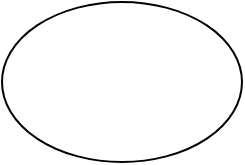
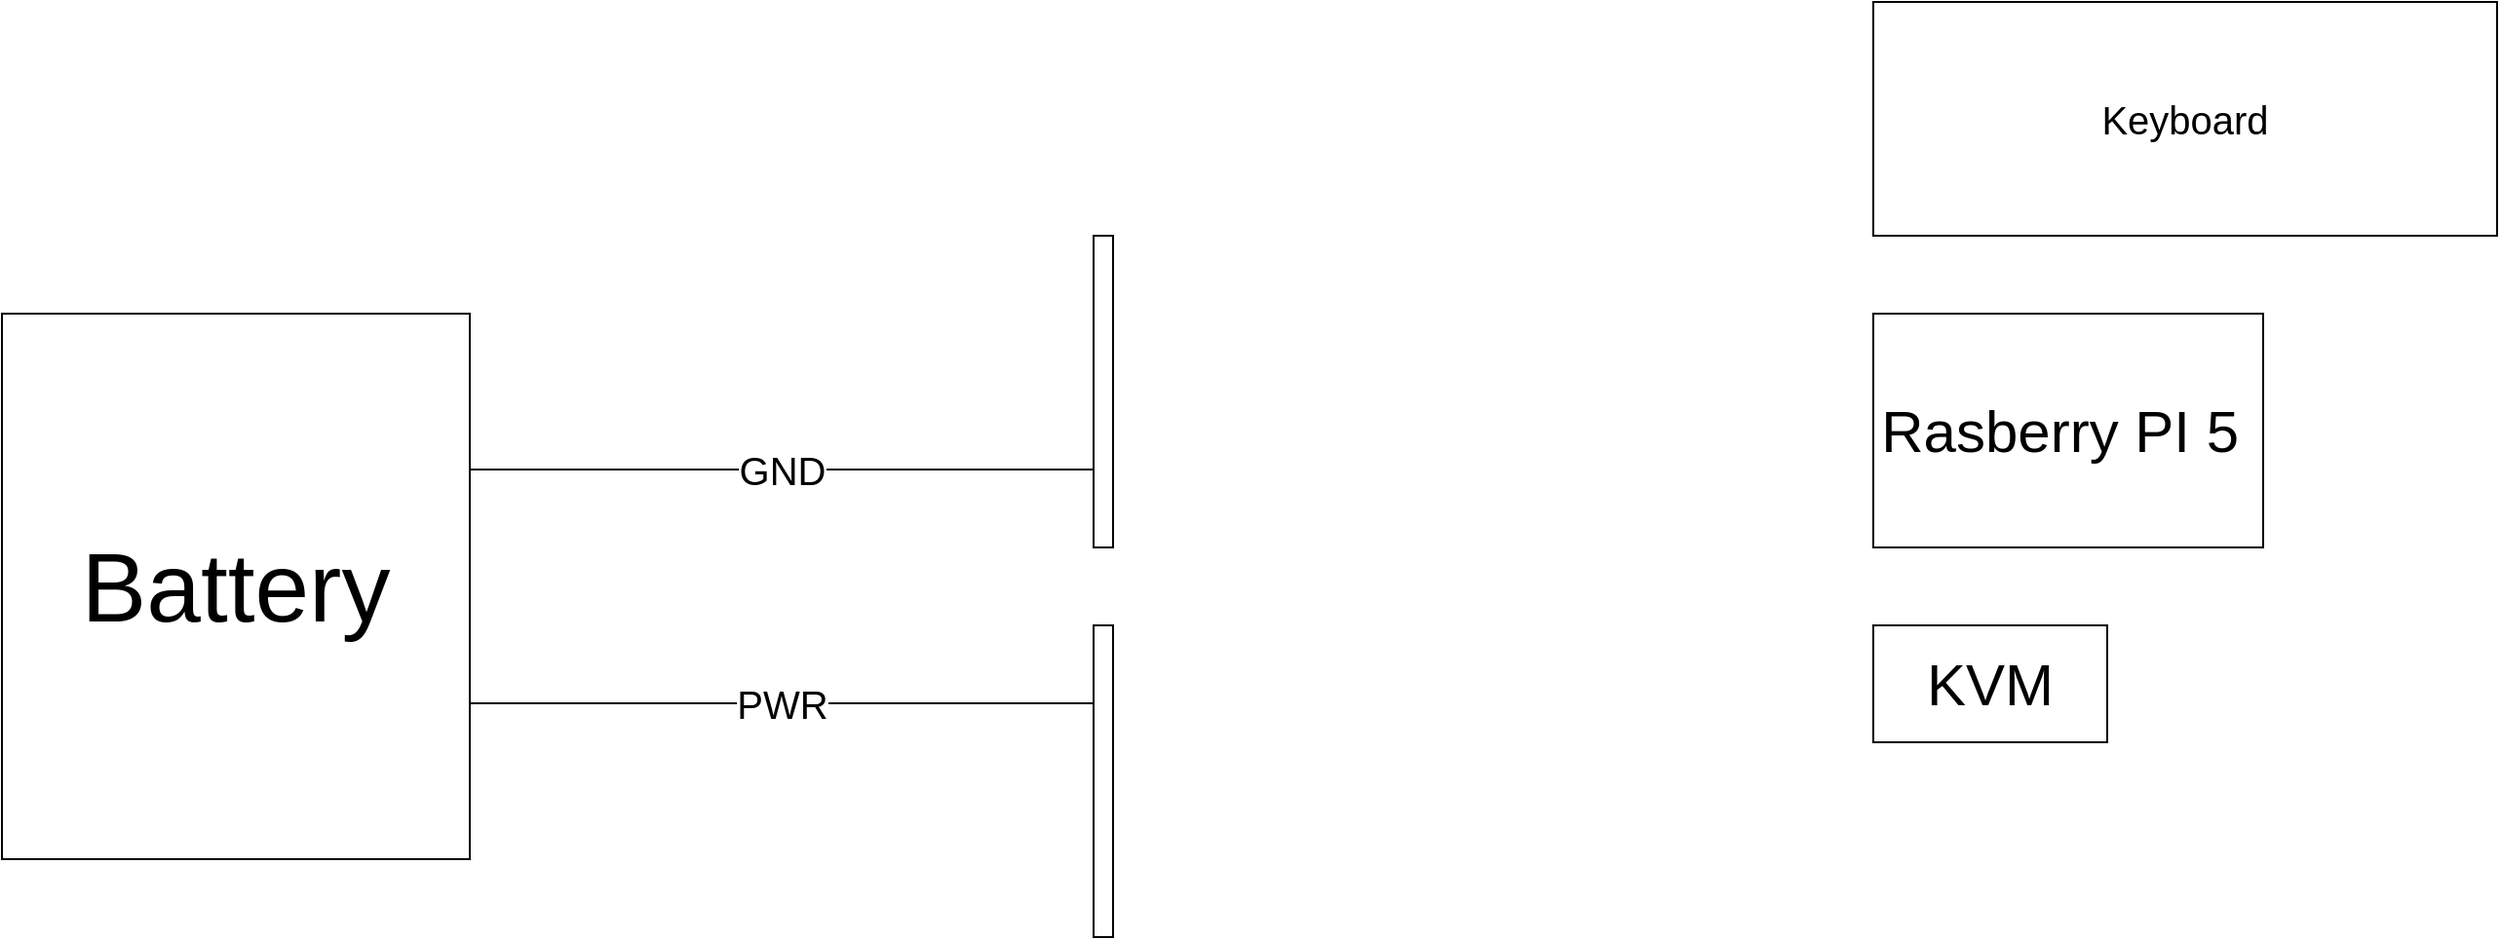
<mxfile host="app.diagrams.net">
  <diagram name="Page-1" id="-A7zwxtQQ4c7CkvIr7jm">
-     <mxGraphModel dx="894" dy="559" grid="1" gridSize="10" guides="1" tooltips="1" connect="1" arrows="1" fold="1" page="1" pageScale="1" pageWidth="850" pageHeight="1100" math="0" shadow="0">
+     <mxGraphModel dx="1490" dy="932" grid="1" gridSize="10" guides="1" tooltips="1" connect="1" arrows="1" fold="1" page="1" pageScale="1" pageWidth="3300" pageHeight="2339" math="0" shadow="0">
      <root>
        <mxCell id="0" />
        <mxCell id="1" parent="0" />
-         <mxCell id="-z_A7mw_hyHojzm8xq02-1" parent="1" style="ellipse;whiteSpace=wrap;html=1;" value="" vertex="1">
-           <mxGeometry height="80" width="120" x="370" y="260" as="geometry" />
+         <mxCell id="-z_A7mw_hyHojzm8xq02-5" parent="1" style="rounded=0;whiteSpace=wrap;html=1;" value="&lt;font style=&quot;font-size: 50px;&quot;&gt;Battery&lt;/font&gt;" vertex="1">
+           <mxGeometry height="280" width="240" x="1120" y="920" as="geometry" />
+         </mxCell>
+         <mxCell id="-z_A7mw_hyHojzm8xq02-14" edge="1" parent="1" style="endArrow=none;html=1;rounded=0;" value="&lt;font style=&quot;font-size: 20px;&quot;&gt;PWR&lt;/font&gt;">
+           <mxGeometry height="50" relative="1" width="50" as="geometry">
+             <mxPoint x="1360" y="1120" as="sourcePoint" />
+             <mxPoint x="1680" y="1120" as="targetPoint" />
+           </mxGeometry>
+         </mxCell>
+         <mxCell id="-z_A7mw_hyHojzm8xq02-16" edge="1" parent="1" style="endArrow=none;html=1;rounded=0;" value="&lt;font style=&quot;font-size: 20px;&quot;&gt;GND&lt;/font&gt;">
+           <mxGeometry height="50" relative="1" width="50" as="geometry">
+             <mxPoint x="1360" y="1000" as="sourcePoint" />
+             <mxPoint x="1680" y="1000" as="targetPoint" />
+           </mxGeometry>
+         </mxCell>
+         <mxCell id="-z_A7mw_hyHojzm8xq02-18" parent="1" style="rounded=0;whiteSpace=wrap;html=1;" value="" vertex="1">
+           <mxGeometry height="160" width="10" x="1680" y="1080" as="geometry" />
+         </mxCell>
+         <mxCell id="-z_A7mw_hyHojzm8xq02-20" parent="1" style="rounded=0;whiteSpace=wrap;html=1;" value="" vertex="1">
+           <mxGeometry height="160" width="10" x="1680" y="880" as="geometry" />
+         </mxCell>
+         <mxCell id="-z_A7mw_hyHojzm8xq02-23" parent="1" style="rounded=0;whiteSpace=wrap;html=1;" value="&lt;font style=&quot;font-size: 20px;&quot;&gt;Keyboard&lt;/font&gt;" vertex="1">
+           <mxGeometry height="120" width="320" x="2080" y="760" as="geometry" />
+         </mxCell>
+         <mxCell id="-z_A7mw_hyHojzm8xq02-25" parent="1" style="rounded=0;whiteSpace=wrap;html=1;" value="&lt;font style=&quot;font-size: 30px;&quot;&gt;Rasberry PI 5&amp;nbsp;&lt;/font&gt;" vertex="1">
+           <mxGeometry height="120" width="200" x="2080" y="920" as="geometry" />
+         </mxCell>
+         <mxCell id="-z_A7mw_hyHojzm8xq02-26" parent="1" style="rounded=0;whiteSpace=wrap;html=1;" value="&lt;font style=&quot;font-size: 30px;&quot;&gt;KVM&lt;/font&gt;" vertex="1">
+           <mxGeometry height="60" width="120" x="2080" y="1080" as="geometry" />
        </mxCell>
      </root>
    </mxGraphModel>
  </diagram>
</mxfile>
